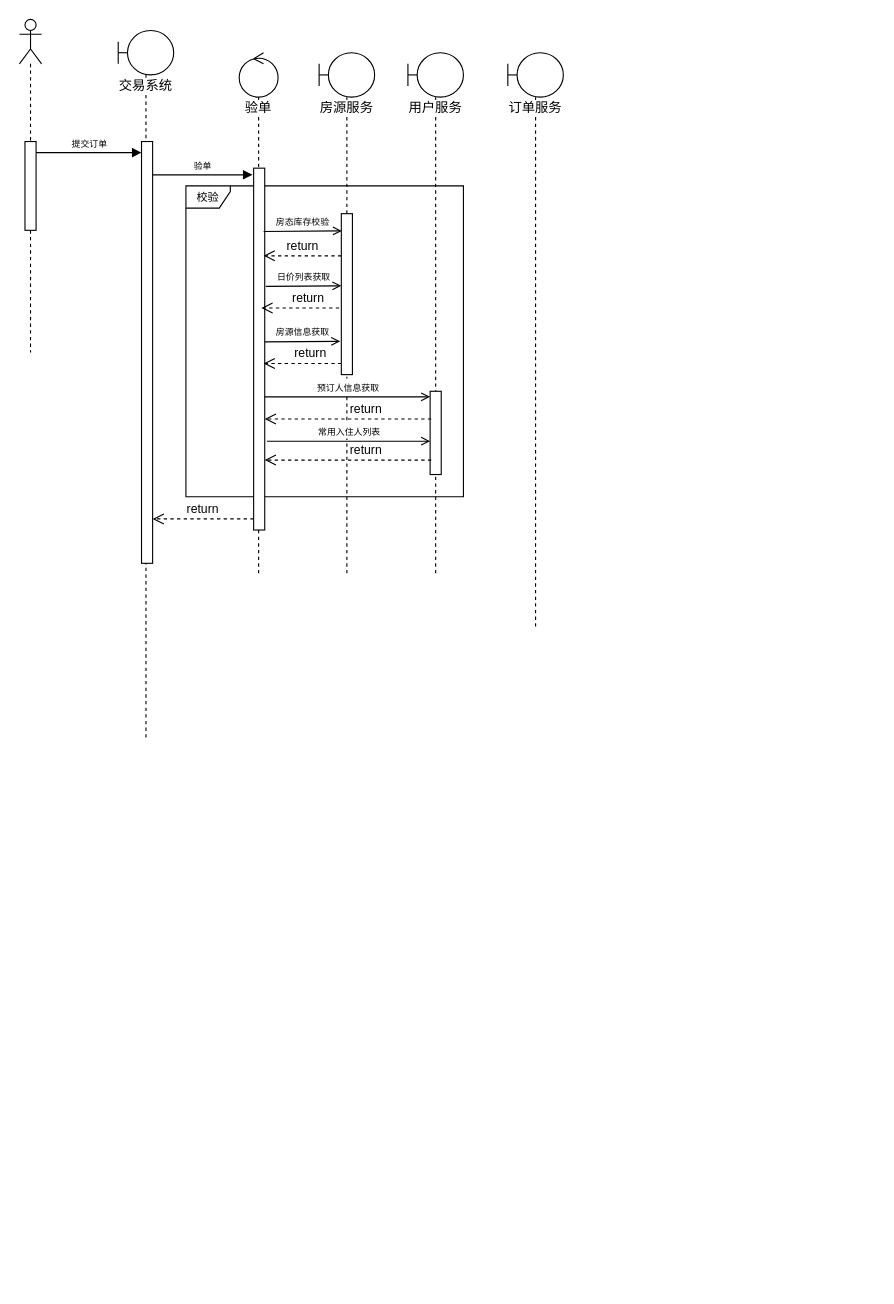
This is page 2 of 2 of 支付中心.drawio from NonePro/UML, a draw.io file, before an edit. Source tidied: cells renumbered, new cells numbered last; positions are measured from the earlier drawing's top-left corner, leaving out a move shared by most shapes. Both pictures are drawn from the tidied source at 111%, with x=0, y=0 at pixel (19, 19).
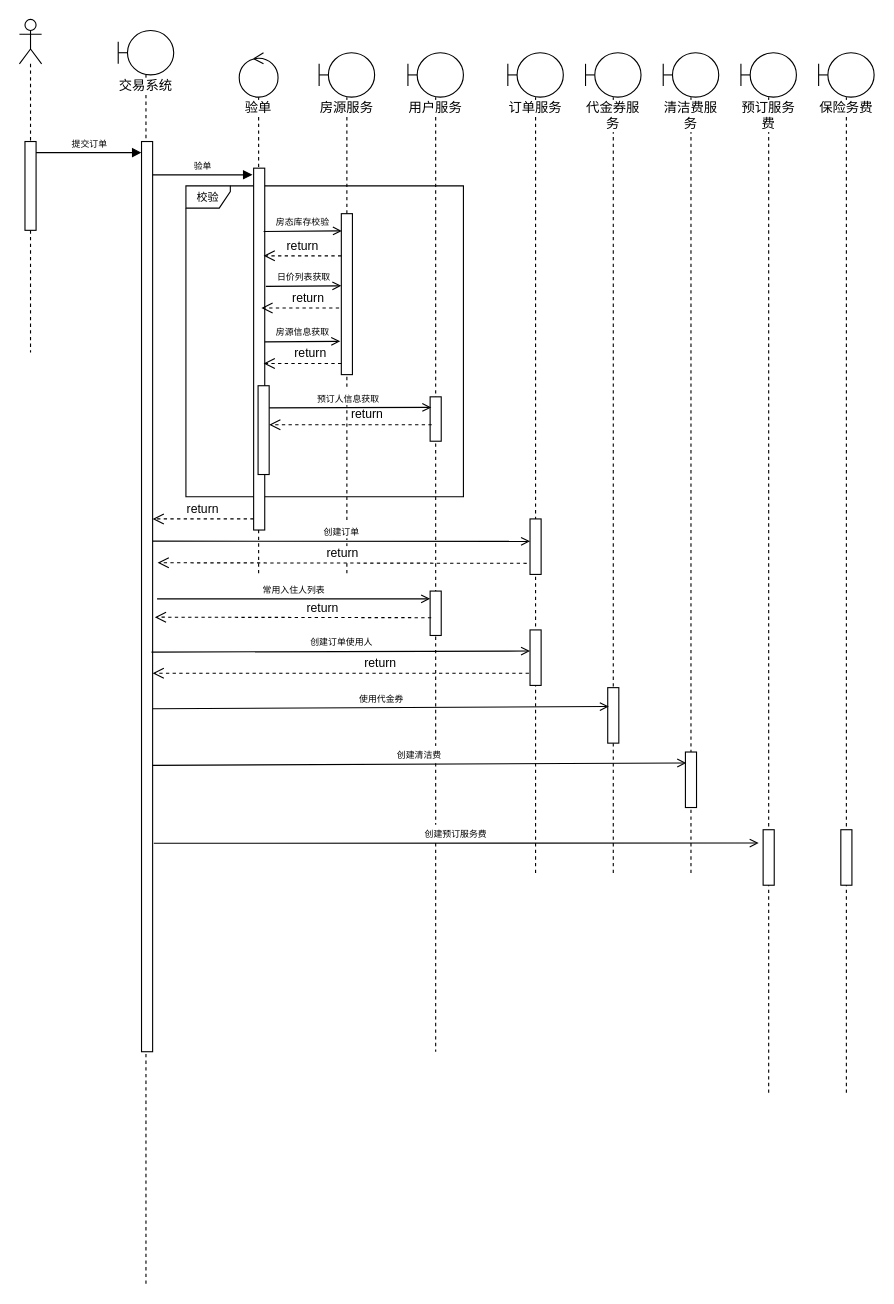
After the change.

What changed in the source:
```diff
@@
     <mxCell id="5" value="交易系统" style="shape=umlLifeline;participant=umlBoundary;perimeter=lifelinePerimeter;whiteSpace=wrap;html=1;verticalAlign=top;spacingTop=36;labelBackgroundColor=#ffffff;fontSize=12;" parent="1" vertex="1">
-      <mxGeometry x="89" y="10" width="50" height="640" as="geometry" />
+      <mxGeometry x="89" y="10" width="50" height="1130" as="geometry" />
     </mxCell>
     <mxCell id="6" style="html=1;points=[];perimeter=orthogonalPerimeter;fontSize=12;" parent="5" vertex="1">
-      <mxGeometry x="21" y="100" width="10" height="380" as="geometry" />
+      <mxGeometry x="21" y="100" width="10" height="820" as="geometry" />
     </mxCell>
     <mxCell id="7" value="用户服务" style="shape=umlLifeline;participant=umlBoundary;perimeter=lifelinePerimeter;whiteSpace=wrap;html=1;verticalAlign=top;spacingTop=36;labelBackgroundColor=#ffffff;fontSize=12;" parent="1" vertex="1">
-      <mxGeometry x="350" y="30" width="50" height="470" as="geometry" />
+      <mxGeometry x="350" y="30" width="50" height="900" as="geometry" />
     </mxCell>
     <mxCell id="8" style="html=1;points=[];perimeter=orthogonalPerimeter;fontSize=12;" parent="7" vertex="1">
-      <mxGeometry x="20" y="305" width="10" height="75" as="geometry" />
+      <mxGeometry x="20" y="485" width="10" height="40" as="geometry" />
     </mxCell>
+    <mxCell id="27" style="html=1;points=[];perimeter=orthogonalPerimeter;" parent="7" vertex="1">
+      <mxGeometry x="20" y="310" width="10" height="40" as="geometry" />
+    </mxCell>
@@
     <mxCell id="12" value="订单服务" style="shape=umlLifeline;participant=umlBoundary;perimeter=lifelinePerimeter;whiteSpace=wrap;html=1;verticalAlign=top;spacingTop=36;labelBackgroundColor=#ffffff;fontSize=12;" parent="1" vertex="1">
-      <mxGeometry x="440" y="30" width="50" height="520" as="geometry" />
+      <mxGeometry x="440" y="30" width="50" height="740" as="geometry" />
     </mxCell>
+    <mxCell id="28" style="html=1;points=[];perimeter=orthogonalPerimeter;" parent="12" vertex="1">
+      <mxGeometry x="20" y="420" width="10" height="50" as="geometry" />
+    </mxCell>
+    <mxCell id="29" style="html=1;perimeter=orthogonalPerimeter;" parent="12" vertex="1">
+      <mxGeometry x="20" y="520" width="10" height="50" as="geometry" />
+    </mxCell>
@@
-    <mxCell id="20" value="return" style="html=1;verticalAlign=bottom;endArrow=open;dashed=1;endSize=8;" parent="1" edge="1">
-      <mxGeometry x="-0.21" relative="1" as="geometry">
-        <mxPoint x="371" y="360" as="sourcePoint" />
-        <mxPoint x="221" y="360" as="targetPoint" />
-      </mxGeometry>
-    </mxCell>
-    <mxCell id="21" value="&lt;span style=&quot;font-size: 8px&quot;&gt;预订人信息获取&lt;/span&gt;" style="html=1;verticalAlign=bottom;endArrow=open;fontSize=12;endFill=0;" parent="1" edge="1">
-      <mxGeometry relative="1" as="geometry">
-        <mxPoint x="221" y="340" as="sourcePoint" />
-        <mxPoint x="370" y="340" as="targetPoint" />
-      </mxGeometry>
-    </mxCell>
@@
-    <mxCell id="25" value="&lt;span style=&quot;font-size: 8px&quot;&gt;常用入住人列表&lt;/span&gt;" style="html=1;verticalAlign=bottom;endArrow=open;fontSize=12;endFill=0;" parent="1" edge="1" target="8">
+    <mxCell id="25" value="&lt;span style=&quot;font-size: 8px&quot;&gt;常用入住人列表&lt;/span&gt;" style="html=1;verticalAlign=bottom;endArrow=open;fontSize=12;endFill=0;" parent="1" edge="1">
       <mxGeometry relative="1" as="geometry">
-        <mxPoint x="223" y="380" as="sourcePoint" />
+        <mxPoint x="124" y="522" as="sourcePoint" />
+        <mxPoint x="370" y="522" as="targetPoint" />
       </mxGeometry>
     </mxCell>
-    <mxCell id="26" value="return" style="html=1;verticalAlign=bottom;endArrow=open;dashed=1;endSize=8;" parent="1" edge="1">
+    <mxCell id="26" value="return" style="html=1;verticalAlign=bottom;endArrow=open;dashed=1;endSize=8;entryX=1.214;entryY=0.842;entryDx=0;entryDy=0;entryPerimeter=0;" parent="1" edge="1">
       <mxGeometry x="-0.21" relative="1" as="geometry">
-        <mxPoint x="371" y="397" as="sourcePoint" />
-        <mxPoint x="221" y="397" as="targetPoint" />
+        <mxPoint x="371" y="539" as="sourcePoint" />
+        <mxPoint x="122" y="538.5" as="targetPoint" />
       </mxGeometry>
     </mxCell>
+    <mxCell id="30" value="&lt;span style=&quot;font-size: 8px&quot;&gt;创建订单&lt;/span&gt;" style="html=1;verticalAlign=bottom;endArrow=open;fontSize=12;endFill=0;entryX=0;entryY=0.404;entryDx=0;entryDy=0;entryPerimeter=0;" parent="1" edge="1" target="28">
+      <mxGeometry relative="1" as="geometry">
+        <mxPoint x="120" y="470" as="sourcePoint" />
+      </mxGeometry>
+    </mxCell>
+    <mxCell id="31" value="return" style="html=1;verticalAlign=bottom;endArrow=open;dashed=1;endSize=8;entryX=1;entryY=0.743;entryDx=0;entryDy=0;entryPerimeter=0;" parent="1" edge="1">
+      <mxGeometry relative="1" as="geometry">
+        <mxPoint x="457" y="490" as="sourcePoint" />
+        <mxPoint x="124.5" y="489.5" as="targetPoint" />
+      </mxGeometry>
+    </mxCell>
+    <mxCell id="32" value="return" style="html=1;verticalAlign=bottom;endArrow=open;dashed=1;endSize=8;exitX=0.143;exitY=0.63;exitDx=0;exitDy=0;exitPerimeter=0;" parent="1" edge="1" source="27" target="33">
+      <mxGeometry x="-0.21" relative="1" as="geometry" />
+    </mxCell>
+    <mxCell id="21" value="&lt;span style=&quot;font-size: 8px&quot;&gt;预订人信息获取&lt;/span&gt;" style="html=1;verticalAlign=bottom;endArrow=open;fontSize=12;endFill=0;entryX=0.107;entryY=0.238;entryDx=0;entryDy=0;entryPerimeter=0;" parent="1" edge="1" target="27">
+      <mxGeometry relative="1" as="geometry">
+        <mxPoint x="220" y="350" as="sourcePoint" />
+      </mxGeometry>
+    </mxCell>
+    <mxCell id="33" style="html=1;points=[];perimeter=orthogonalPerimeter;" parent="1" vertex="1">
+      <mxGeometry x="215" y="330" width="10" height="80" as="geometry" />
+    </mxCell>
+    <mxCell id="34" value="&lt;span style=&quot;font-size: 8px&quot;&gt;创建订单使用人&lt;/span&gt;" style="html=1;verticalAlign=bottom;endArrow=open;fontSize=12;endFill=0;" parent="1" edge="1">
+      <mxGeometry relative="1" as="geometry">
+        <mxPoint x="119" y="570" as="sourcePoint" />
+        <mxPoint x="460" y="569" as="targetPoint" />
+      </mxGeometry>
+    </mxCell>
+    <mxCell id="35" value="return" style="html=1;verticalAlign=bottom;endArrow=open;dashed=1;endSize=8;entryX=1.214;entryY=0.842;entryDx=0;entryDy=0;entryPerimeter=0;exitX=-0.107;exitY=0.373;exitDx=0;exitDy=0;exitPerimeter=0;" parent="1" edge="1">
+      <mxGeometry x="-0.21" relative="1" as="geometry">
+        <mxPoint x="459" y="589" as="sourcePoint" />
+        <mxPoint x="120" y="589" as="targetPoint" />
+      </mxGeometry>
+    </mxCell>
+    <mxCell id="36" value="代金券服务" style="shape=umlLifeline;participant=umlBoundary;perimeter=lifelinePerimeter;whiteSpace=wrap;html=1;verticalAlign=top;spacingTop=36;labelBackgroundColor=#ffffff;fontSize=12;" parent="1" vertex="1">
+      <mxGeometry x="510" y="30" width="50" height="740" as="geometry" />
+    </mxCell>
+    <mxCell id="37" style="html=1;perimeter=orthogonalPerimeter;" parent="36" vertex="1">
+      <mxGeometry x="20" y="572" width="10" height="50" as="geometry" />
+    </mxCell>
+    <mxCell id="38" value="&lt;span style=&quot;font-size: 8px&quot;&gt;使用代金券&lt;/span&gt;" style="html=1;verticalAlign=bottom;endArrow=open;fontSize=12;endFill=0;" parent="1" edge="1">
+      <mxGeometry relative="1" as="geometry">
+        <mxPoint x="120" y="621" as="sourcePoint" />
+        <mxPoint x="531" y="619" as="targetPoint" />
+      </mxGeometry>
+    </mxCell>
+    <mxCell id="39" value="清洁费服务" style="shape=umlLifeline;participant=umlBoundary;perimeter=lifelinePerimeter;whiteSpace=wrap;html=1;verticalAlign=top;spacingTop=36;labelBackgroundColor=#ffffff;fontSize=12;" parent="1" vertex="1">
+      <mxGeometry x="580" y="30" width="50" height="740" as="geometry" />
+    </mxCell>
+    <mxCell id="40" style="html=1;points=[];perimeter=orthogonalPerimeter;" parent="39" vertex="1">
+      <mxGeometry x="20" y="630" width="10" height="50" as="geometry" />
+    </mxCell>
+    <mxCell id="41" value="&lt;span style=&quot;font-size: 8px&quot;&gt;创建清洁费&lt;/span&gt;" style="html=1;verticalAlign=bottom;endArrow=open;fontSize=12;endFill=0;entryX=0.072;entryY=0.197;entryDx=0;entryDy=0;entryPerimeter=0;" parent="1" edge="1" target="40">
+      <mxGeometry relative="1" as="geometry">
+        <mxPoint x="120" y="672" as="sourcePoint" />
+      </mxGeometry>
+    </mxCell>
+    <mxCell id="42" value="预订服务费" style="shape=umlLifeline;participant=umlBoundary;perimeter=lifelinePerimeter;whiteSpace=wrap;html=1;verticalAlign=top;spacingTop=36;labelBackgroundColor=#ffffff;fontSize=12;" parent="1" vertex="1">
+      <mxGeometry x="650" y="30" width="50" height="940" as="geometry" />
+    </mxCell>
+    <mxCell id="43" style="html=1;perimeter=orthogonalPerimeter;" parent="42" vertex="1">
+      <mxGeometry x="20" y="700" width="10" height="50" as="geometry" />
+    </mxCell>
+    <mxCell id="44" value="&lt;span style=&quot;font-size: 8px&quot;&gt;创建预订服务费&lt;/span&gt;" style="html=1;verticalAlign=bottom;endArrow=open;fontSize=12;endFill=0;exitX=1.107;exitY=0.771;exitDx=0;exitDy=0;exitPerimeter=0;" parent="1" edge="1" source="6">
+      <mxGeometry relative="1" as="geometry">
+        <mxPoint x="666" y="742" as="targetPoint" />
+      </mxGeometry>
+    </mxCell>
+    <mxCell id="45" value="保险务费" style="shape=umlLifeline;participant=umlBoundary;perimeter=lifelinePerimeter;whiteSpace=wrap;html=1;verticalAlign=top;spacingTop=36;labelBackgroundColor=#ffffff;fontSize=12;" parent="1" vertex="1">
+      <mxGeometry x="720" y="30" width="50" height="940" as="geometry" />
+    </mxCell>
+    <mxCell id="46" style="html=1;perimeter=orthogonalPerimeter;" parent="45" vertex="1">
+      <mxGeometry x="20" y="700" width="10" height="50" as="geometry" />
+    </mxCell>
```
